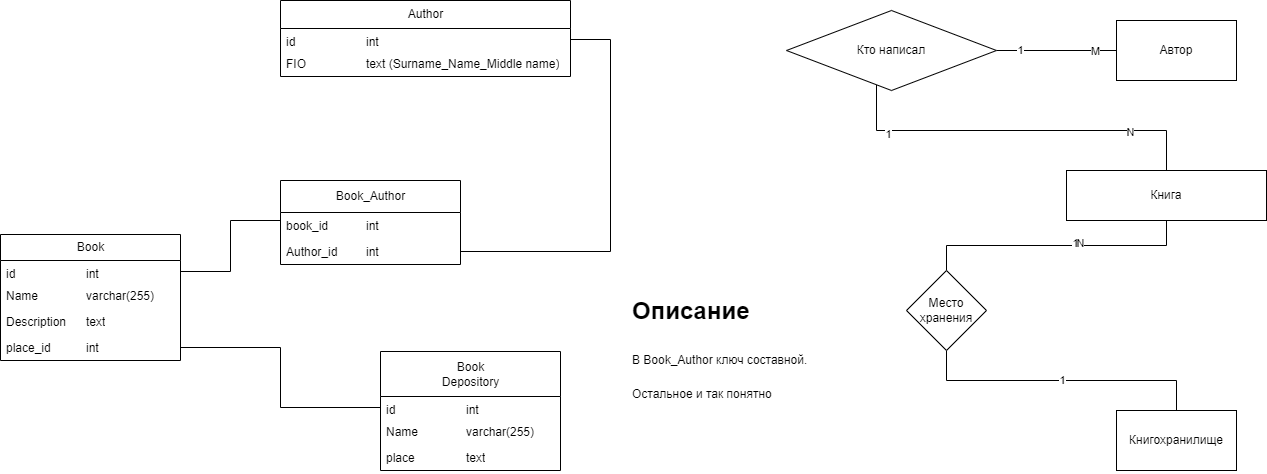
Before: ER_model/Correct_ER_model.png, a diagram exported from draw.io (Andrhan04/DataBase). Source tidied: cells renumbered, new cells last; positions are measured from the earlier drawing's top-left corner, leaving out a move shared by most shapes.
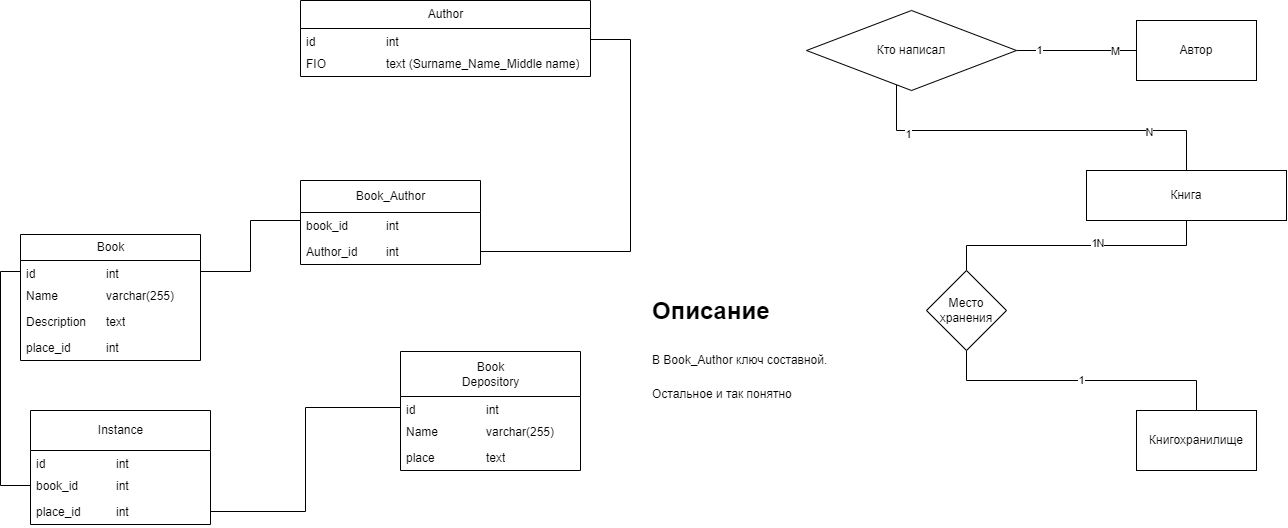
After the commit.

What changed in the source:
```diff
@@ -86,7 +86,7 @@
     <mxCell id="25" value="place&lt;span style=&quot;white-space: pre;&quot;&gt;&#9;&lt;/span&gt;&amp;nbsp;&lt;span style=&quot;white-space: pre;&quot;&gt;&#9;&lt;/span&gt;text" style="text;strokeColor=none;fillColor=none;align=left;verticalAlign=top;spacingLeft=4;spacingRight=4;overflow=hidden;whiteSpace=wrap;html=1;" parent="22" vertex="1">
       <mxGeometry y="93" width="180" height="26" as="geometry" />
     </mxCell>
-    <mxCell id="26" style="edgeStyle=orthogonalEdgeStyle;rounded=0;jettySize=auto;html=1;exitX=1;exitY=0.5;exitDx=0;exitDy=0;endArrow=none;endFill=0;" parent="1" edge="1" source="21" target="23">
+    <mxCell id="26" style="edgeStyle=orthogonalEdgeStyle;rounded=0;jettySize=auto;html=1;exitX=1;exitY=0.5;exitDx=0;exitDy=0;endArrow=none;endFill=0;" parent="1" edge="1" source="39" target="23">
       <mxGeometry relative="1" as="geometry" />
     </mxCell>
     <mxCell id="27" value="&lt;div&gt;&lt;span style=&quot;white-space: pre-wrap;&quot;&gt;Author&lt;/span&gt;&lt;/div&gt;" style="swimlane;fontStyle=0;horizontal=1;startSize=28;fillColor=none;html=1;" parent="1" vertex="1">
@@ -129,5 +129,20 @@
     <mxCell id="35" value="&lt;h1 style=&quot;margin-top: 0px;&quot;&gt;&lt;span style=&quot;background-color: initial;&quot;&gt;Описание&lt;/span&gt;&lt;/h1&gt;&lt;h1 style=&quot;margin-top: 0px;&quot;&gt;&lt;span style=&quot;background-color: initial; font-size: 12px; font-weight: normal;&quot;&gt;В Book_Author ключ составной.&lt;/span&gt;&lt;br&gt;&lt;/h1&gt;&lt;div&gt;&lt;span style=&quot;background-color: initial; font-size: 12px; font-weight: normal;&quot;&gt;Остальное и так понятно&lt;/span&gt;&lt;/div&gt;&lt;div&gt;&lt;span style=&quot;background-color: initial; font-size: 12px; font-weight: normal;&quot;&gt;&lt;br&gt;&lt;/span&gt;&lt;/div&gt;" style="text;html=1;whiteSpace=wrap;overflow=hidden;rounded=0;" parent="1" vertex="1">
       <mxGeometry x="630" y="290" width="180" height="120" as="geometry" />
     </mxCell>
+    <mxCell id="36" value="Instance" style="swimlane;fontStyle=0;horizontal=1;startSize=40;fillColor=none;html=1;" parent="1" vertex="1">
+      <mxGeometry x="10" y="410" width="180" height="114" as="geometry" />
+    </mxCell>
+    <mxCell id="37" value="id&lt;span style=&quot;white-space: pre;&quot;&gt;&#9;&lt;/span&gt;&lt;span style=&quot;white-space: pre;&quot;&gt;&#9;&lt;/span&gt;&lt;span style=&quot;white-space: pre;&quot;&gt;&#9;&lt;/span&gt;int" style="text;strokeColor=none;fillColor=none;align=left;verticalAlign=top;spacingLeft=4;spacingRight=4;overflow=hidden;whiteSpace=wrap;html=1;" parent="36" vertex="1">
+      <mxGeometry y="40" width="180" height="22" as="geometry" />
+    </mxCell>
+    <mxCell id="38" value="book_id&lt;span style=&quot;white-space: pre;&quot;&gt;&#9;&lt;/span&gt;&lt;span style=&quot;white-space: pre;&quot;&gt;&#9;&lt;/span&gt;int&lt;div&gt;&lt;br&gt;&lt;/div&gt;" style="text;strokeColor=none;fillColor=none;align=left;verticalAlign=top;spacingLeft=4;spacingRight=4;overflow=hidden;points=[[0,0.5],[1,0.5]];portConstraint=eastwest;whiteSpace=wrap;html=1;" parent="36" vertex="1">
+      <mxGeometry y="62" width="180" height="26" as="geometry" />
+    </mxCell>
+    <mxCell id="39" value="place_id&lt;span style=&quot;white-space: pre;&quot;&gt;&#9;&lt;/span&gt;&lt;span style=&quot;white-space: pre;&quot;&gt;&#9;&lt;/span&gt;int" style="text;strokeColor=none;fillColor=none;align=left;verticalAlign=top;spacingLeft=4;spacingRight=4;overflow=hidden;points=[[0,0.5],[1,0.5]];portConstraint=eastwest;whiteSpace=wrap;html=1;" parent="36" vertex="1">
+      <mxGeometry y="88" width="180" height="26" as="geometry" />
+    </mxCell>
+    <mxCell id="40" style="edgeStyle=orthogonalEdgeStyle;rounded=0;jettySize=auto;html=1;exitX=0;exitY=0.5;exitDx=0;exitDy=0;entryX=0;entryY=0.5;entryDx=0;entryDy=0;endArrow=none;endFill=0;" parent="1" edge="1" source="18" target="38">
+      <mxGeometry relative="1" as="geometry" />
+    </mxCell>
   </root>
 </mxGraphModel>
```
